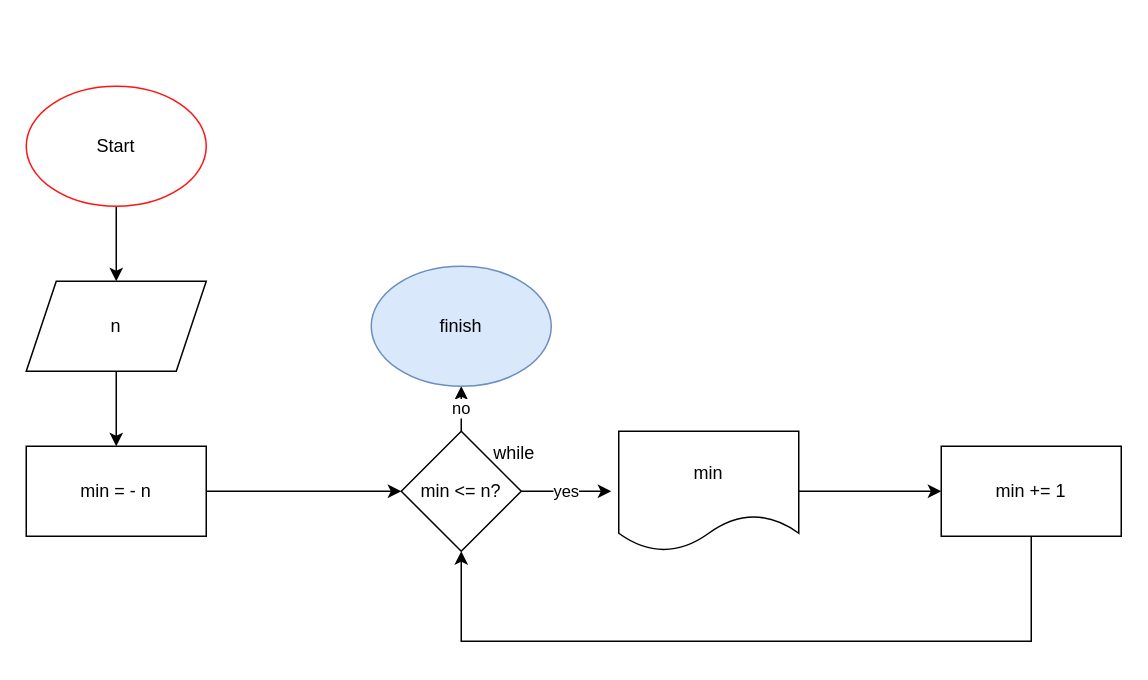
This is page "print_all_numbers_from_neg_n_to_n" (4 of 14) of block-schemes.drawio from yourenoticed/gb, a draw.io file, before an edit. Source tidied: cells renumbered, new cells numbered last; positions are measured from the earlier drawing's top-left corner, leaving out a move shared by most shapes. Both pictures are drawn from the tidied source at 150%, with x=0, y=0 at pixel (26, 86).
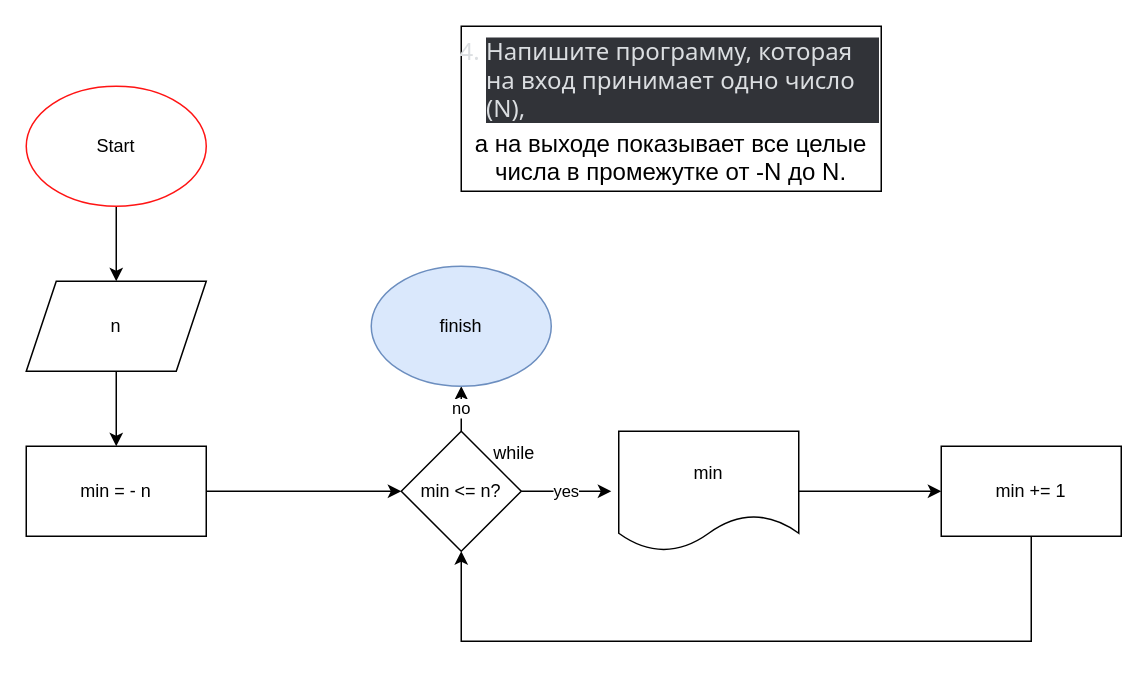
The same page after the edit.

The edit, as a diff of the source:
```diff
@@
+    <mxCell id="17" value="&lt;ol style=&quot;margin: 4px 0px 0px 16px; padding: 0px; border: 0px; font-family: &amp;quot;gg sans&amp;quot;, &amp;quot;Noto Sans&amp;quot;, &amp;quot;Helvetica Neue&amp;quot;, Helvetica, Arial, sans-serif; vertical-align: baseline; list-style-position: outside; list-style-image: initial; color: rgb(219, 222, 225); text-align: left; background-color: rgb(49, 51, 56); font-size: 16px;&quot; start=&quot;4&quot;&gt;&lt;li style=&quot;margin: 0px 0px 4px; padding: 0px; border: 0px; font-weight: inherit; font-style: inherit; font-family: inherit; vertical-align: baseline;&quot;&gt;&lt;font style=&quot;font-size: 16px;&quot;&gt;Напишите программу, которая на вход принимает одно число (N),&lt;/font&gt;&lt;/li&gt;&lt;/ol&gt;&lt;font style=&quot;font-size: 16px;&quot;&gt;а на выходе показывает все целые числа в промежутке от -N до N.&lt;/font&gt;" style="whiteSpace=wrap;html=1;" parent="1" vertex="1">
+      <mxGeometry x="290" y="-40" width="280" height="110" as="geometry" />
+    </mxCell>
```
